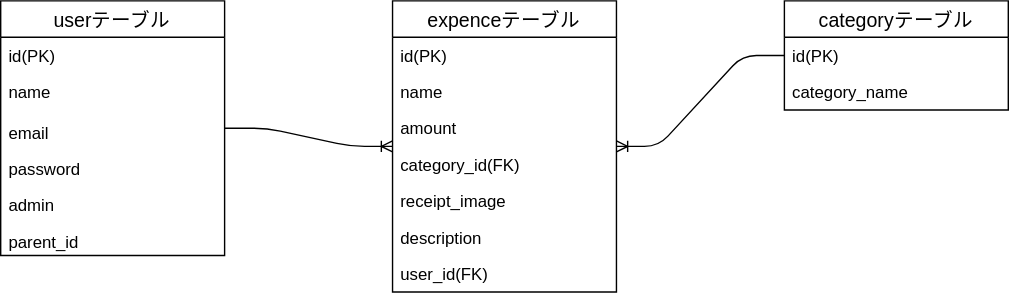
This is 09.rails_guide/ER.drawio.svg from junyoshimura57/TIL, a draw.io export, as it was before one commit. Source tidied: cells renumbered, new cells last; positions are measured from the earlier drawing's top-left corner, leaving out a move shared by most shapes. Source of this version:
```xml
<mxGraphModel>
  <root>
    <mxCell id="0" />
    <mxCell id="1" parent="0" />
    <mxCell id="2" value="expenceテーブル" style="swimlane;fontStyle=0;horizontal=1;startSize=26;align=center;fontSize=14;" parent="1" vertex="1">
      <mxGeometry x="280" width="160" height="208" as="geometry" />
    </mxCell>
    <mxCell id="3" value="id(PK)" style="text;strokeColor=none;fillColor=none;spacingLeft=4;spacingRight=4;overflow=hidden;fontSize=12;" parent="2" vertex="1">
      <mxGeometry y="26" width="160" height="26" as="geometry" />
    </mxCell>
    <mxCell id="4" value="name" style="text;strokeColor=none;fillColor=none;spacingLeft=4;spacingRight=4;overflow=hidden;fontSize=12;" parent="2" vertex="1">
      <mxGeometry y="52" width="160" height="26" as="geometry" />
    </mxCell>
    <mxCell id="5" value="amount" style="text;strokeColor=none;fillColor=none;spacingLeft=4;spacingRight=4;overflow=hidden;fontSize=12;" parent="2" vertex="1">
      <mxGeometry y="78" width="160" height="26" as="geometry" />
    </mxCell>
    <mxCell id="6" value="category_id(FK)" style="text;strokeColor=none;fillColor=none;spacingLeft=4;spacingRight=4;overflow=hidden;fontSize=12;" parent="2" vertex="1">
      <mxGeometry y="104" width="160" height="26" as="geometry" />
    </mxCell>
    <mxCell id="7" value="receipt_image" style="text;strokeColor=none;fillColor=none;spacingLeft=4;spacingRight=4;overflow=hidden;fontSize=12;" parent="2" vertex="1">
      <mxGeometry y="130" width="160" height="26" as="geometry" />
    </mxCell>
    <mxCell id="8" value="description" style="text;strokeColor=none;fillColor=none;spacingLeft=4;spacingRight=4;overflow=hidden;fontSize=12;" parent="2" vertex="1">
      <mxGeometry y="156" width="160" height="26" as="geometry" />
    </mxCell>
    <mxCell id="9" value="user_id(FK)" style="text;strokeColor=none;fillColor=none;spacingLeft=4;spacingRight=4;overflow=hidden;fontSize=12;" parent="2" vertex="1">
      <mxGeometry y="182" width="160" height="26" as="geometry" />
    </mxCell>
    <mxCell id="10" value="categoryテーブル" style="swimlane;fontStyle=0;horizontal=1;startSize=26;align=center;fontSize=14;" parent="1" vertex="1">
      <mxGeometry x="560" width="160" height="78" as="geometry" />
    </mxCell>
    <mxCell id="11" value="id(PK)" style="text;strokeColor=none;fillColor=none;spacingLeft=4;spacingRight=4;overflow=hidden;fontSize=12;" parent="10" vertex="1">
      <mxGeometry y="26" width="160" height="26" as="geometry" />
    </mxCell>
    <mxCell id="12" value="category_name" style="text;strokeColor=none;fillColor=none;spacingLeft=4;spacingRight=4;overflow=hidden;fontSize=12;" parent="10" vertex="1">
      <mxGeometry y="52" width="160" height="26" as="geometry" />
    </mxCell>
    <mxCell id="13" value="userテーブル" style="swimlane;fontStyle=0;horizontal=1;startSize=26;align=center;fontSize=14;" parent="1" vertex="1">
      <mxGeometry width="160" height="182" as="geometry" />
    </mxCell>
    <mxCell id="14" value="id(PK)" style="text;strokeColor=none;fillColor=none;spacingLeft=4;spacingRight=4;overflow=hidden;points=[[0,0.5],[1,0.5]];portConstraint=eastwest;fontSize=12;" parent="13" vertex="1">
      <mxGeometry y="26" width="160" height="26" as="geometry" />
    </mxCell>
    <mxCell id="15" value="name" style="text;strokeColor=none;fillColor=none;spacingLeft=4;spacingRight=4;overflow=hidden;fontSize=12;" parent="13" vertex="1">
      <mxGeometry y="52" width="160" height="26" as="geometry" />
    </mxCell>
    <mxCell id="16" value="email" style="text;strokeColor=none;fillColor=none;spacingLeft=4;spacingRight=4;overflow=hidden;points=[[0,0.5],[1,0.5]];portConstraint=eastwest;fontSize=12;verticalAlign=bottom;" parent="13" vertex="1">
      <mxGeometry y="78" width="160" height="26" as="geometry" />
    </mxCell>
    <mxCell id="17" value="password" style="text;strokeColor=none;fillColor=none;spacingLeft=4;spacingRight=4;overflow=hidden;fontSize=12;verticalAlign=bottom;" parent="13" vertex="1">
      <mxGeometry y="104" width="160" height="26" as="geometry" />
    </mxCell>
    <mxCell id="18" value="admin" style="text;strokeColor=none;fillColor=none;spacingLeft=4;spacingRight=4;overflow=hidden;fontSize=12;verticalAlign=bottom;" parent="13" vertex="1">
      <mxGeometry y="130" width="160" height="26" as="geometry" />
    </mxCell>
    <mxCell id="19" value="parent_id" style="text;strokeColor=none;fillColor=none;spacingLeft=4;spacingRight=4;overflow=hidden;fontSize=12;verticalAlign=bottom;" parent="13" vertex="1">
      <mxGeometry y="156" width="160" height="26" as="geometry" />
    </mxCell>
    <mxCell id="20" style="edgeStyle=entityRelationEdgeStyle;fontSize=12;html=1;endArrow=ERoneToMany;" parent="1" edge="1" source="13" target="2">
      <mxGeometry relative="1" as="geometry" />
    </mxCell>
    <mxCell id="21" style="edgeStyle=entityRelationEdgeStyle;fontSize=12;html=1;endArrow=ERoneToMany;" parent="1" edge="1" source="10" target="2">
      <mxGeometry relative="1" as="geometry" />
    </mxCell>
  </root>
</mxGraphModel>
```
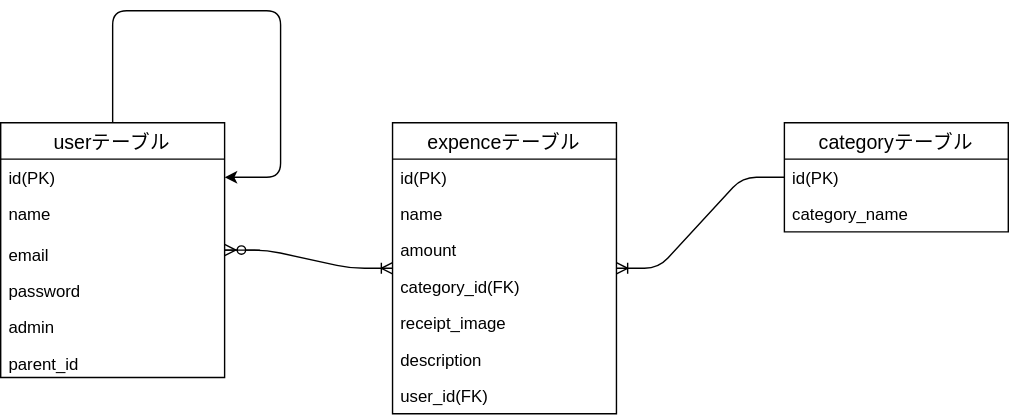
The same file after the commit.

Change to the diagram source:
```diff
@@ -56,6 +56,18 @@
     <mxCell id="19" value="parent_id" style="text;strokeColor=none;fillColor=none;spacingLeft=4;spacingRight=4;overflow=hidden;fontSize=12;verticalAlign=bottom;" parent="13" vertex="1">
       <mxGeometry y="156" width="160" height="26" as="geometry" />
     </mxCell>
+    <mxCell id="22" style="edgeStyle=entityRelationEdgeStyle;fontSize=12;html=1;endArrow=ERzeroToMany;endFill=1;exitX=1;exitY=0.5;exitDx=0;exitDy=0;" parent="13" edge="1" source="16" target="13">
+      <mxGeometry relative="1" as="geometry" />
+    </mxCell>
+    <mxCell id="23" style="endArrow=classic;html=1;entryX=1;entryY=0.5;entryDx=0;entryDy=0;" parent="13" edge="1" source="13" target="14">
+      <mxGeometry relative="1" as="geometry">
+        <Array as="points">
+          <mxPoint x="80" y="-80" />
+          <mxPoint x="200" y="-80" />
+          <mxPoint x="200" y="39" />
+        </Array>
+      </mxGeometry>
+    </mxCell>
     <mxCell id="20" style="edgeStyle=entityRelationEdgeStyle;fontSize=12;html=1;endArrow=ERoneToMany;" parent="1" edge="1" source="13" target="2">
       <mxGeometry relative="1" as="geometry" />
     </mxCell>
```
